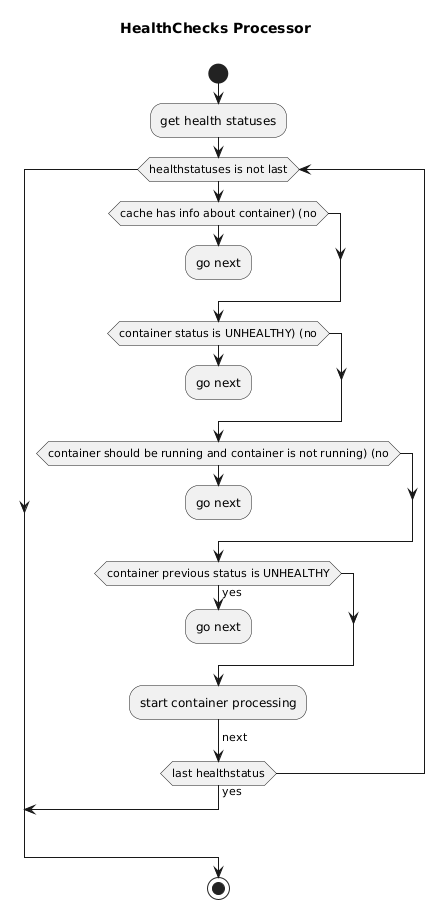
This is docs/healthcheckprocessor.png from EBCEYS/EBCEYS.HealthChecksService, a PlantUML export, as it was before one commit.
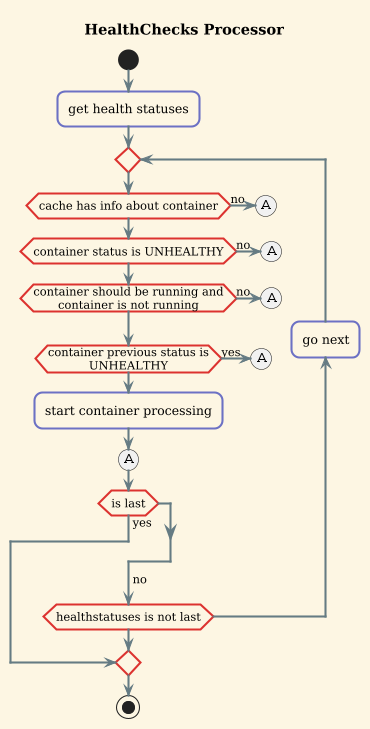
Above is the later version.

Diff of the diagram source:
```diff
@@ -1,40 +1,43 @@
 @startuml
-title HealthChecks Processor \n
+!theme sunlust
+
+title HealthChecks Processor
 
 start
 
 :get health statuses;
 
-while (healthstatuses is not last)
-if (cache has info about container) (no)
-  :go next;
+repeat
+
+if (cache has info about container) then (no)
+  (A)
   kill
 endif
 
-if (container status is UNHEALTHY) (no)
-  :go next;
+if (container status is UNHEALTHY) then (no)
+  (A)
   kill
 endif
 
-if (container should be running and container is not running) (no)
-  :go next;
+if (container should be running and container is not running) then (no)
+  (A)
   kill
 endif
 
 if (container previous status is UNHEALTHY) then (yes)
-  :go next;
+  (A)
   kill
 endif
 
 :start container processing;
+(A)
+if (is last) then (yes)
+  break;
+endif
+->no;
+backward:go next;
 
-->next;
-
-if (last healthstatus) then (yes)
-  break
-endif
-
-endwhile
+repeat while (healthstatuses is not last)
 
 stop
 @enduml
```
